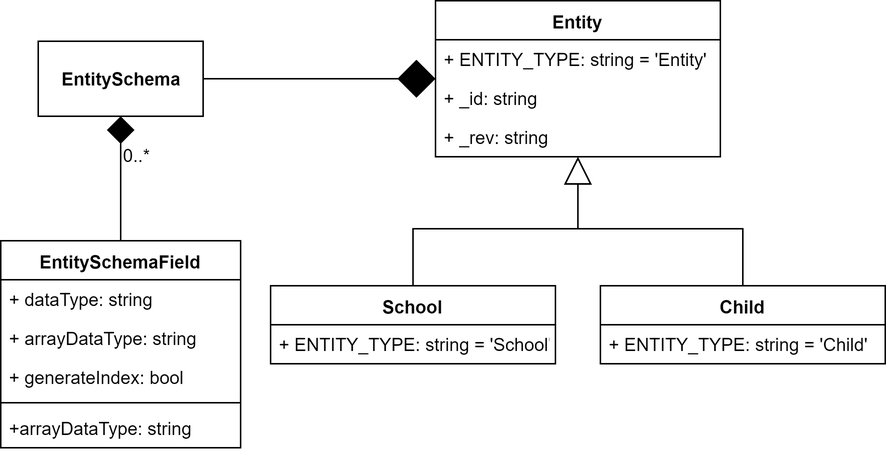
The draw.io diagram img/entity_relation.png in liwde/aam-presentation, before a commit. Source tidied: cells renumbered, new cells last; positions are measured from the earlier drawing's top-left corner, leaving out a move shared by most shapes.
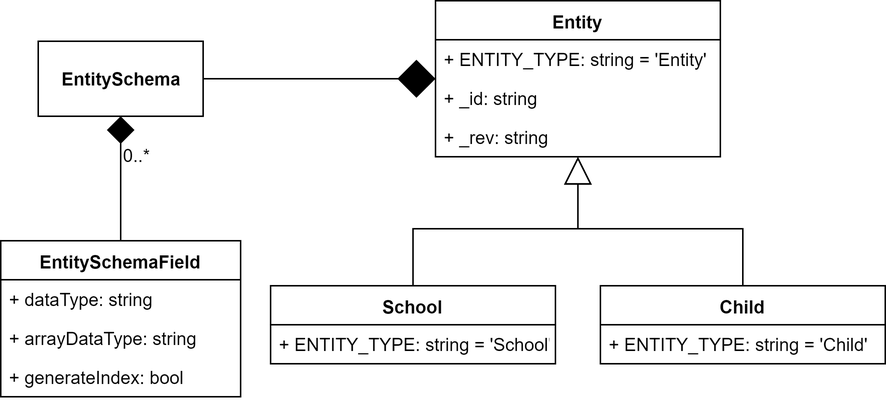
The same diagram one commit later.

The edit, as a diff of the source:
```diff
@@ -42,7 +42,7 @@
       <mxGeometry relative="1" as="geometry" />
     </mxCell>
     <mxCell id="15" value="EntitySchemaField" style="swimlane;fontStyle=1;align=center;verticalAlign=top;horizontal=1;startSize=26;" parent="1" vertex="1">
-      <mxGeometry y="160" width="160" height="138" as="geometry" />
+      <mxGeometry y="160" width="160" height="104" as="geometry" />
     </mxCell>
     <mxCell id="16" value="+ dataType: string" style="text;strokeColor=none;fillColor=none;align=left;verticalAlign=top;spacingLeft=4;spacingRight=4;overflow=hidden;" parent="15" vertex="1">
       <mxGeometry y="26" width="160" height="26" as="geometry" />
@@ -53,12 +53,6 @@
     <mxCell id="18" value="+ generateIndex: bool" style="text;strokeColor=none;fillColor=none;align=left;verticalAlign=top;spacingLeft=4;spacingRight=4;overflow=hidden;" parent="15" vertex="1">
       <mxGeometry y="78" width="160" height="26" as="geometry" />
     </mxCell>
-    <mxCell id="19" style="line;strokeWidth=1;fillColor=none;align=left;verticalAlign=middle;spacingTop=-1;spacingLeft=3;spacingRight=3;labelPosition=right;" parent="15" vertex="1">
-      <mxGeometry y="104" width="160" height="8" as="geometry" />
-    </mxCell>
-    <mxCell id="20" value="+arrayDataType: string" style="text;strokeColor=none;fillColor=none;align=left;verticalAlign=top;spacingLeft=4;spacingRight=4;overflow=hidden;" parent="15" vertex="1">
-      <mxGeometry y="112" width="160" height="26" as="geometry" />
-    </mxCell>
     <mxCell id="21" value="0..*" style="text;html=1;align=left;verticalAlign=top;spacingTop=-4;" parent="1" vertex="1">
       <mxGeometry x="80" y="94" width="30" height="20" as="geometry" />
     </mxCell>
```
